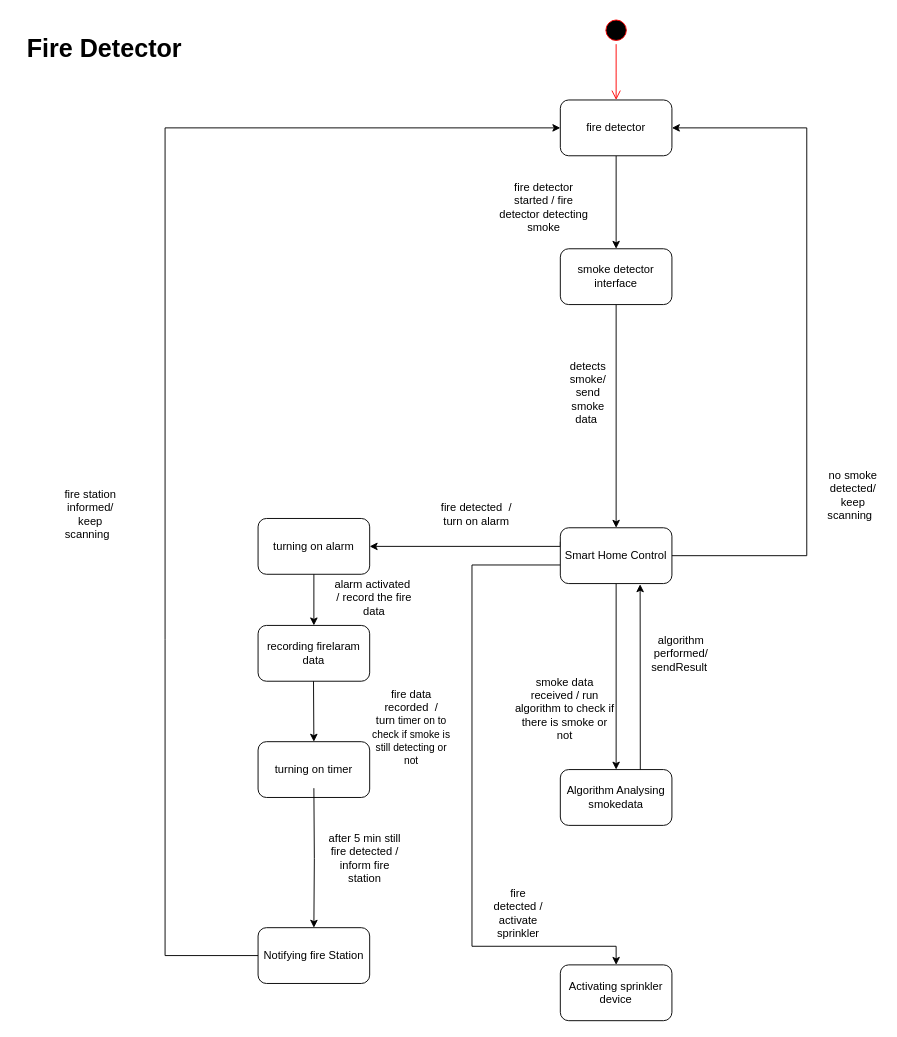
emmanuel-george/TestProject keeps this draw.io diagram as georgeFireDetectorStateChart.drawio. Above is the earlier version. Source tidied: cells renumbered, new cells numbered last; positions are measured from the earlier drawing's top-left corner, leaving out a move shared by most shapes. Both pictures are drawn from the tidied source at 93%, with x=0, y=0 at pixel (16, 16).
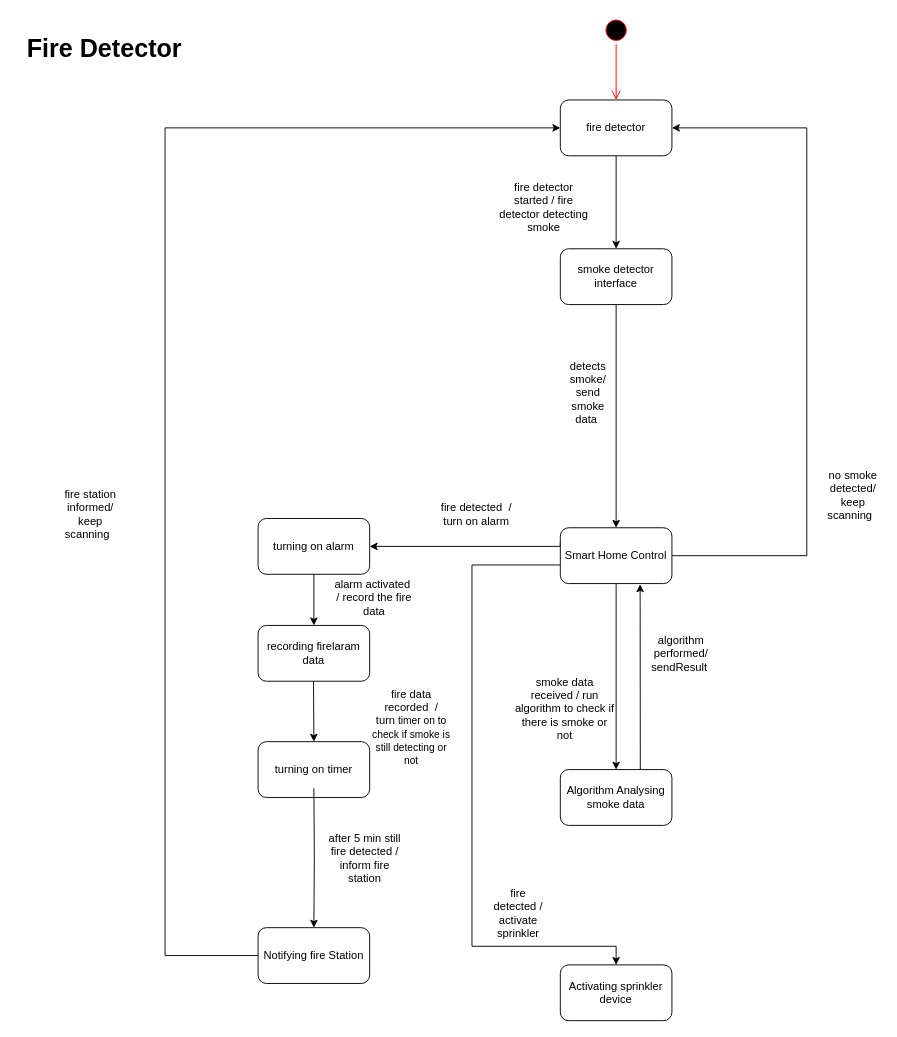
Above is the later version.

Change to the diagram source:
```diff
@@
-    <mxCell id="13" value="Algorithm Analysing smokedata" style="rounded=1;whiteSpace=wrap;html=1;" parent="1" vertex="1">
+    <mxCell id="13" value="Algorithm Analysing smoke data" style="rounded=1;whiteSpace=wrap;html=1;" parent="1" vertex="1">
       <mxGeometry x="585" y="810" width="120" height="60" as="geometry" />
     </mxCell>
```
